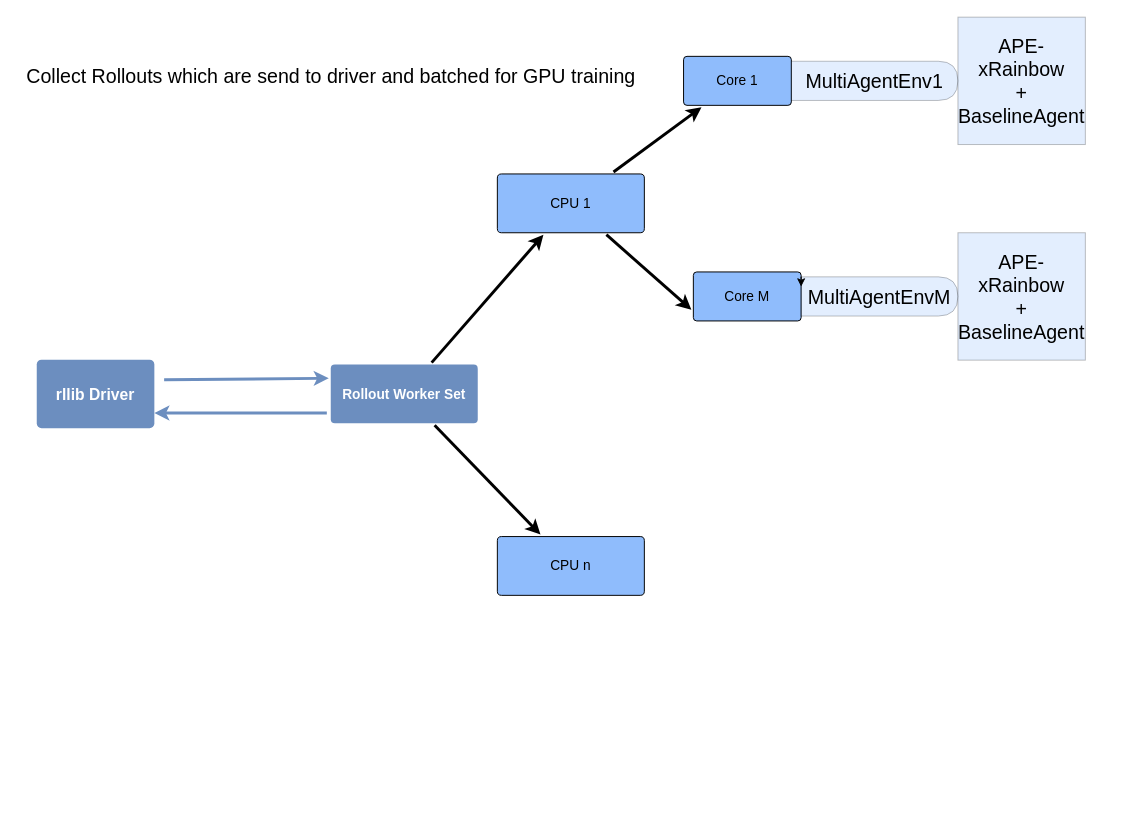
The draw.io diagram Untitled Diagram.drawio in hellovertex/prl_docs, before the edit. Source tidied: cells renumbered, new cells numbered last; positions are measured from the earlier drawing's top-left corner, leaving out a move shared by most shapes. Both pictures are drawn from the tidied source at 98%, with x=0, y=0 at pixel (17, 17).
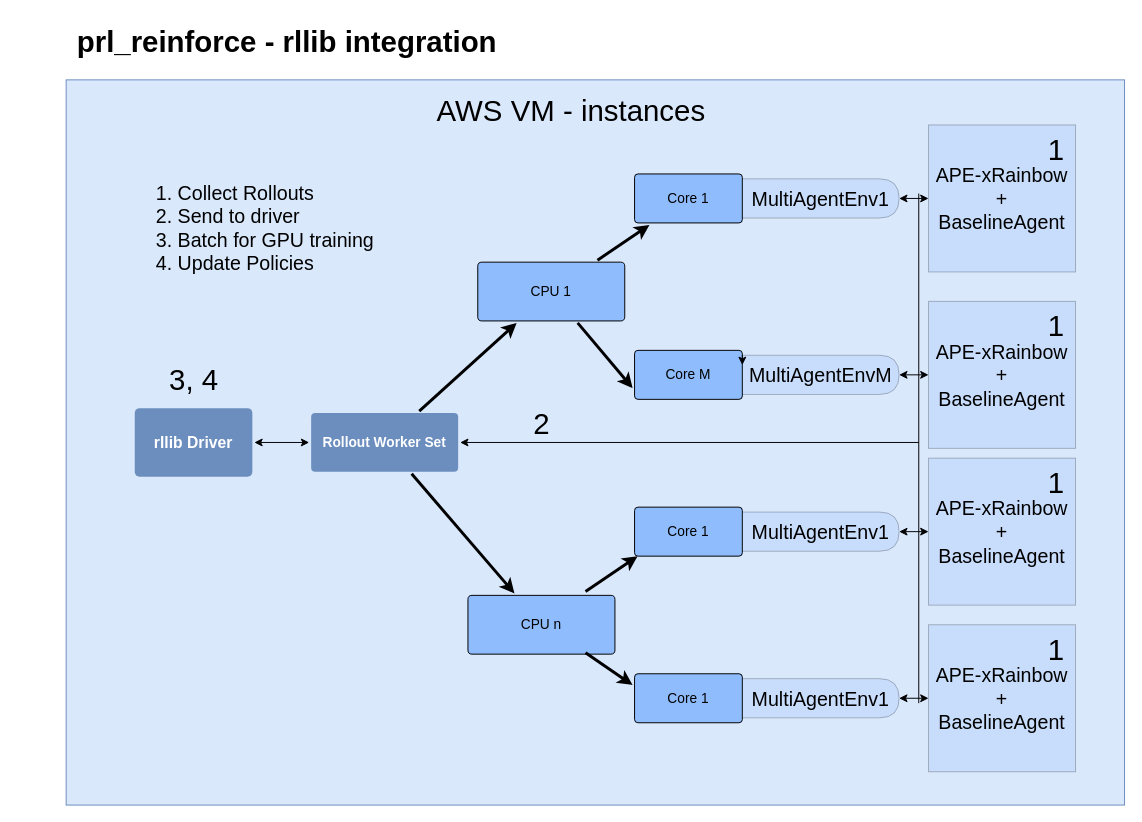
The same page after the edit.

Diff of the diagram source:
```diff
@@
+    <mxCell id="20" style="rounded=0;whiteSpace=wrap;html=1;fontSize=30;fillColor=#dae8fc;strokeColor=#6c8ebf;" parent="1" vertex="1">
+      <mxGeometry x="50" y="64" width="1080" height="740" as="geometry" />
+    </mxCell>
     <mxCell id="2" value="rllib Driver" style="rounded=1;whiteSpace=wrap;html=1;shadow=0;labelBackgroundColor=none;strokeColor=none;strokeWidth=3;fillColor=#6C8EBF;fontFamily=Helvetica;fontSize=16;fontColor=#FFFFFF;align=center;fontStyle=1;spacing=5;arcSize=7;perimeterSpacing=2;" parent="1" vertex="1">
-      <mxGeometry x="20" y="349.5" width="120" height="70" as="geometry" />
+      <mxGeometry x="120" y="399" width="120" height="70" as="geometry" />
     </mxCell>
     <mxCell id="3" value="Rollout Worker Set" style="rounded=1;whiteSpace=wrap;html=1;shadow=0;labelBackgroundColor=none;strokeColor=none;strokeWidth=3;fillColor=#6C8EBF;fontFamily=Helvetica;fontSize=14;fontColor=#FFFFFF;align=center;spacing=5;fontStyle=1;arcSize=7;perimeterSpacing=2;" parent="1" vertex="1">
-      <mxGeometry x="320" y="354.5" width="150" height="60" as="geometry" />
+      <mxGeometry x="300" y="404" width="150" height="60" as="geometry" />
     </mxCell>
     <mxCell id="4" value="CPU n" style="rounded=1;whiteSpace=wrap;html=1;shadow=0;labelBackgroundColor=none;strokeColor=default;strokeWidth=1;fillColor=#8FBCFC;fontFamily=Helvetica;fontSize=14;fontColor=#000000;align=center;spacing=5;fontStyle=0;arcSize=7;perimeterSpacing=2;" parent="1" vertex="1">
-      <mxGeometry x="490" y="530" width="150" height="60" as="geometry" />
+      <mxGeometry x="460" y="590" width="150" height="60" as="geometry" />
     </mxCell>
@@
     <mxCell id="6" value="CPU 1" style="rounded=1;whiteSpace=wrap;html=1;shadow=0;labelBackgroundColor=none;strokeColor=default;strokeWidth=1;fillColor=#8FBCFC;fontFamily=Helvetica;fontSize=14;fontColor=#000000;align=center;spacing=5;fontStyle=0;arcSize=7;perimeterSpacing=2;" parent="1" vertex="1">
-      <mxGeometry x="490" y="160" width="150" height="60" as="geometry" />
+      <mxGeometry x="470" y="250" width="150" height="60" as="geometry" />
     </mxCell>
@@
     <mxCell id="8" value="Core 1" style="rounded=1;whiteSpace=wrap;html=1;shadow=0;labelBackgroundColor=none;strokeColor=default;strokeWidth=1;fillColor=#8FBCFC;fontFamily=Helvetica;fontSize=14;fontColor=#000000;align=center;spacing=5;fontStyle=0;arcSize=7;perimeterSpacing=2;" parent="1" vertex="1">
-      <mxGeometry x="680" y="40" width="110" height="50" as="geometry" />
+      <mxGeometry x="630" y="160" width="110" height="50" as="geometry" />
     </mxCell>
@@
     <mxCell id="11" value="Core M" style="rounded=1;whiteSpace=wrap;html=1;shadow=0;labelBackgroundColor=none;strokeColor=default;strokeWidth=1;fillColor=#8FBCFC;fontFamily=Helvetica;fontSize=14;fontColor=#000000;align=center;spacing=5;fontStyle=0;arcSize=7;perimeterSpacing=2;" parent="1" vertex="1">
-      <mxGeometry x="690" y="260" width="110" height="50" as="geometry" />
+      <mxGeometry x="630" y="340" width="110" height="50" as="geometry" />
     </mxCell>
     <mxCell id="12" value="MultiAgentEnv1" style="shape=delay;whiteSpace=wrap;html=1;strokeColor=default;strokeWidth=1;fontSize=20;fontColor=#000000;fillColor=#8FBCFC;gradientColor=none;opacity=25;" parent="1" vertex="1">
-      <mxGeometry x="790" y="45" width="170" height="40" as="geometry" />
+      <mxGeometry x="740" y="165" width="160" height="40" as="geometry" />
     </mxCell>
     <mxCell id="13" value="MultiAgentEnvM" style="shape=delay;whiteSpace=wrap;html=1;strokeColor=default;strokeWidth=1;fontSize=20;fontColor=#000000;fillColor=#8FBCFC;gradientColor=none;opacity=25;" parent="1" vertex="1">
-      <mxGeometry x="800" y="265" width="160" height="40" as="geometry" />
+      <mxGeometry x="740" y="345" width="160" height="40" as="geometry" />
     </mxCell>
-    <mxCell id="14" style="edgeStyle=none;rounded=0;jumpStyle=none;html=1;shadow=0;labelBackgroundColor=none;startArrow=none;startFill=0;endArrow=classic;endFill=1;jettySize=auto;orthogonalLoop=1;strokeColor=#6C8EBF;strokeWidth=3;fontFamily=Helvetica;fontSize=16;fontColor=#23445D;spacing=5;" parent="1" edge="1">
-      <mxGeometry relative="1" as="geometry">
-        <mxPoint x="316" y="404" as="sourcePoint" />
-        <mxPoint x="140" y="404" as="targetPoint" />
-      </mxGeometry>
-    </mxCell>
-    <mxCell id="15" style="edgeStyle=none;rounded=0;jumpStyle=none;html=1;shadow=0;labelBackgroundColor=none;startArrow=none;startFill=0;endArrow=classic;endFill=1;jettySize=auto;strokeColor=#6C8EBF;strokeWidth=3;fontFamily=Helvetica;fontSize=16;fontColor=#23445D;spacing=5;entryX=0;entryY=0.25;entryDx=0;entryDy=0;" parent="1" edge="1" target="3">
-      <mxGeometry relative="1" as="geometry">
-        <mxPoint x="150" y="370" as="sourcePoint" />
-      </mxGeometry>
-    </mxCell>
-    <mxCell id="16" value="&lt;div&gt;APE-xRainbow&lt;/div&gt;&lt;div&gt;+&lt;/div&gt;&lt;div&gt;BaselineAgent&lt;br&gt;&lt;/div&gt;" style="whiteSpace=wrap;html=1;strokeColor=default;strokeWidth=1;fontSize=20;fontColor=#000000;fillColor=#8FBCFC;gradientColor=none;opacity=25;" parent="1" vertex="1">
-      <mxGeometry x="960" width="130" height="130" as="geometry" />
-    </mxCell>
     <mxCell id="17" value="&lt;div&gt;APE-xRainbow&lt;/div&gt;&lt;div&gt;+&lt;/div&gt;&lt;div&gt;BaselineAgent&lt;br&gt;&lt;/div&gt;" style="whiteSpace=wrap;html=1;strokeColor=default;strokeWidth=1;fontSize=20;fontColor=#000000;fillColor=#8FBCFC;gradientColor=none;opacity=25;" parent="1" vertex="1">
-      <mxGeometry x="960" y="220" width="130" height="130" as="geometry" />
+      <mxGeometry x="930" y="290" width="150" height="150" as="geometry" />
     </mxCell>
-    <mxCell id="18" value="Collect Rollouts which are send to driver and batched for GPU training" style="text;html=1;align=center;verticalAlign=middle;strokeColor=none;fillColor=none;fontSize=20;fontColor=#000000;strokeWidth=1;opacity=25;" parent="1" vertex="1">
-      <mxGeometry y="40" width="640" height="40" as="geometry" />
+    <mxCell id="18" value="&lt;div align=&quot;left&quot;&gt;1. Collect Rollouts &lt;br&gt;&lt;/div&gt;&lt;div align=&quot;left&quot;&gt;2. Send to driver &lt;br&gt;&lt;/div&gt;&lt;div align=&quot;left&quot;&gt;3. Batch for GPU training&lt;/div&gt;&lt;div align=&quot;left&quot;&gt;4. Update Policies&lt;br&gt;&lt;/div&gt;" style="text;html=1;align=left;verticalAlign=middle;strokeColor=none;fillColor=none;fontSize=20;fontColor=#000000;strokeWidth=1;opacity=25;" parent="1" vertex="1">
+      <mxGeometry x="140" y="160" width="240" height="110" as="geometry" />
     </mxCell>
@@
+    <mxCell id="21" value="&lt;font size=&quot;1&quot;&gt;&lt;b style=&quot;font-size: 30px;&quot;&gt;prl_reinforce - rllib integration&lt;/b&gt;&lt;/font&gt;" style="text;html=1;align=center;verticalAlign=middle;strokeColor=none;fillColor=none;" parent="1" vertex="1">
+      <mxGeometry x="50" width="450" height="50" as="geometry" />
+    </mxCell>
+    <mxCell id="22" value="&lt;div&gt;APE-xRainbow&lt;/div&gt;&lt;div&gt;+&lt;/div&gt;&lt;div&gt;BaselineAgent&lt;br&gt;&lt;/div&gt;" style="whiteSpace=wrap;html=1;strokeColor=default;strokeWidth=1;fontSize=20;fontColor=#000000;fillColor=#8FBCFC;gradientColor=none;opacity=25;" parent="1" vertex="1">
+      <mxGeometry x="930" y="110" width="150" height="150" as="geometry" />
+    </mxCell>
+    <mxCell id="23" style="endArrow=classic;startArrow=classic;html=1;rounded=0;fontSize=30;exitX=1;exitY=0.5;exitDx=0;exitDy=0;" parent="1" edge="1" source="13" target="17">
+      <mxGeometry relative="1" as="geometry" />
+    </mxCell>
+    <mxCell id="24" style="endArrow=classic;startArrow=classic;html=1;rounded=0;fontSize=30;exitX=1;exitY=0.5;exitDx=0;exitDy=0;entryX=0;entryY=0.5;entryDx=0;entryDy=0;" parent="1" edge="1" source="12" target="22">
+      <mxGeometry relative="1" as="geometry" />
+    </mxCell>
+    <mxCell id="25" value="Core 1" style="rounded=1;whiteSpace=wrap;html=1;shadow=0;labelBackgroundColor=none;strokeColor=default;strokeWidth=1;fillColor=#8FBCFC;fontFamily=Helvetica;fontSize=14;fontColor=#000000;align=center;spacing=5;fontStyle=0;arcSize=7;perimeterSpacing=2;" parent="1" vertex="1">
+      <mxGeometry x="630" y="670" width="110" height="50" as="geometry" />
+    </mxCell>
+    <mxCell id="26" value="MultiAgentEnv1" style="shape=delay;whiteSpace=wrap;html=1;strokeColor=default;strokeWidth=1;fontSize=20;fontColor=#000000;fillColor=#8FBCFC;gradientColor=none;opacity=25;" parent="1" vertex="1">
+      <mxGeometry x="740" y="675" width="160" height="40" as="geometry" />
+    </mxCell>
+    <mxCell id="27" value="&lt;div&gt;APE-xRainbow&lt;/div&gt;&lt;div&gt;+&lt;/div&gt;&lt;div&gt;BaselineAgent&lt;br&gt;&lt;/div&gt;" style="whiteSpace=wrap;html=1;strokeColor=default;strokeWidth=1;fontSize=20;fontColor=#000000;fillColor=#8FBCFC;gradientColor=none;opacity=25;" parent="1" vertex="1">
+      <mxGeometry x="930" y="620" width="150" height="150" as="geometry" />
+    </mxCell>
+    <mxCell id="28" style="endArrow=classic;startArrow=classic;html=1;rounded=0;fontSize=30;exitX=1;exitY=0.5;exitDx=0;exitDy=0;entryX=0;entryY=0.5;entryDx=0;entryDy=0;" parent="1" edge="1" source="26" target="27">
+      <mxGeometry relative="1" as="geometry" />
+    </mxCell>
+    <mxCell id="29" value="Core 1" style="rounded=1;whiteSpace=wrap;html=1;shadow=0;labelBackgroundColor=none;strokeColor=default;strokeWidth=1;fillColor=#8FBCFC;fontFamily=Helvetica;fontSize=14;fontColor=#000000;align=center;spacing=5;fontStyle=0;arcSize=7;perimeterSpacing=2;" parent="1" vertex="1">
+      <mxGeometry x="630" y="500" width="110" height="50" as="geometry" />
+    </mxCell>
+    <mxCell id="30" value="MultiAgentEnv1" style="shape=delay;whiteSpace=wrap;html=1;strokeColor=default;strokeWidth=1;fontSize=20;fontColor=#000000;fillColor=#8FBCFC;gradientColor=none;opacity=25;" parent="1" vertex="1">
+      <mxGeometry x="740" y="505" width="160" height="40" as="geometry" />
+    </mxCell>
+    <mxCell id="31" value="&lt;div&gt;APE-xRainbow&lt;/div&gt;&lt;div&gt;+&lt;/div&gt;&lt;div&gt;BaselineAgent&lt;br&gt;&lt;/div&gt;" style="whiteSpace=wrap;html=1;strokeColor=default;strokeWidth=1;fontSize=20;fontColor=#000000;fillColor=#8FBCFC;gradientColor=none;opacity=25;" parent="1" vertex="1">
+      <mxGeometry x="930" y="450" width="150" height="150" as="geometry" />
+    </mxCell>
+    <mxCell id="32" style="endArrow=classic;startArrow=classic;html=1;rounded=0;fontSize=30;exitX=1;exitY=0.5;exitDx=0;exitDy=0;entryX=0;entryY=0.5;entryDx=0;entryDy=0;" parent="1" edge="1" source="30" target="31">
+      <mxGeometry relative="1" as="geometry" />
+    </mxCell>
+    <mxCell id="33" style="endArrow=classic;html=1;rounded=0;fontSize=30;" parent="1" edge="1" target="3">
+      <mxGeometry relative="1" as="geometry">
+        <mxPoint x="920" y="434" as="sourcePoint" />
+      </mxGeometry>
+    </mxCell>
+    <mxCell id="34" style="edgeStyle=none;rounded=1;jumpStyle=none;html=1;shadow=0;labelBackgroundColor=none;startArrow=none;startFill=0;jettySize=auto;orthogonalLoop=1;strokeColor=#000000;strokeWidth=3;fontFamily=Helvetica;fontSize=14;fontColor=#FFFFFF;spacing=5;fontStyle=1;fillColor=#b0e3e6;" parent="1" edge="1">
+      <mxGeometry relative="1" as="geometry">
+        <mxPoint x="580" y="586" as="sourcePoint" />
+        <mxPoint x="633.1" y="550" as="targetPoint" />
+      </mxGeometry>
+    </mxCell>
+    <mxCell id="35" style="edgeStyle=none;rounded=1;jumpStyle=none;html=1;shadow=0;labelBackgroundColor=none;startArrow=none;startFill=0;jettySize=auto;strokeColor=#000000;strokeWidth=3;fontFamily=Helvetica;fontSize=14;fontColor=#FFFFFF;spacing=5;fontStyle=1;fillColor=#b0e3e6;entryX=0;entryY=0.25;entryDx=0;entryDy=0;" parent="1" edge="1" target="25">
+      <mxGeometry relative="1" as="geometry">
+        <mxPoint x="580" y="648.5" as="sourcePoint" />
+      </mxGeometry>
+    </mxCell>
+    <mxCell id="36" style="endArrow=classic;startArrow=classic;html=1;rounded=0;fontSize=30;exitX=1;exitY=0.5;exitDx=0;exitDy=0;" parent="1" edge="1" source="2" target="3">
+      <mxGeometry relative="1" as="geometry" />
+    </mxCell>
+    <mxCell id="37" value="AWS VM - instances" style="text;html=1;align=center;verticalAlign=middle;strokeColor=none;fillColor=none;fontSize=30;" parent="1" vertex="1">
+      <mxGeometry x="415" y="70" width="300" height="50" as="geometry" />
+    </mxCell>
+    <mxCell id="38" value="1" style="text;html=1;align=center;verticalAlign=middle;strokeColor=none;fillColor=none;fontSize=30;" parent="1" vertex="1">
+      <mxGeometry x="1040" y="110" width="40" height="50" as="geometry" />
+    </mxCell>
+    <mxCell id="39" value="1" style="text;html=1;align=center;verticalAlign=middle;strokeColor=none;fillColor=none;fontSize=30;" parent="1" vertex="1">
+      <mxGeometry x="1040" y="290" width="40" height="50" as="geometry" />
+    </mxCell>
+    <mxCell id="40" value="1" style="text;html=1;align=center;verticalAlign=middle;strokeColor=none;fillColor=none;fontSize=30;" parent="1" vertex="1">
+      <mxGeometry x="1040" y="450" width="40" height="50" as="geometry" />
+    </mxCell>
+    <mxCell id="41" value="1" style="text;html=1;align=center;verticalAlign=middle;strokeColor=none;fillColor=none;fontSize=30;" parent="1" vertex="1">
+      <mxGeometry x="1040" y="620" width="40" height="50" as="geometry" />
+    </mxCell>
+    <mxCell id="42" style="endArrow=none;html=1;rounded=0;fontSize=30;" parent="1" edge="1">
+      <mxGeometry relative="1" as="geometry">
+        <mxPoint x="920" y="700" as="sourcePoint" />
+        <mxPoint x="920" y="180" as="targetPoint" />
+      </mxGeometry>
+    </mxCell>
+    <mxCell id="43" value="2" style="text;html=1;align=center;verticalAlign=middle;strokeColor=none;fillColor=none;fontSize=30;" parent="1" vertex="1">
+      <mxGeometry x="515" y="390" width="40" height="50" as="geometry" />
+    </mxCell>
+    <mxCell id="44" value="&lt;div&gt;3, 4&lt;/div&gt;" style="text;html=1;align=center;verticalAlign=middle;strokeColor=none;fillColor=none;fontSize=30;" parent="1" vertex="1">
+      <mxGeometry x="145" y="345" width="70" height="50" as="geometry" />
+    </mxCell>
```
